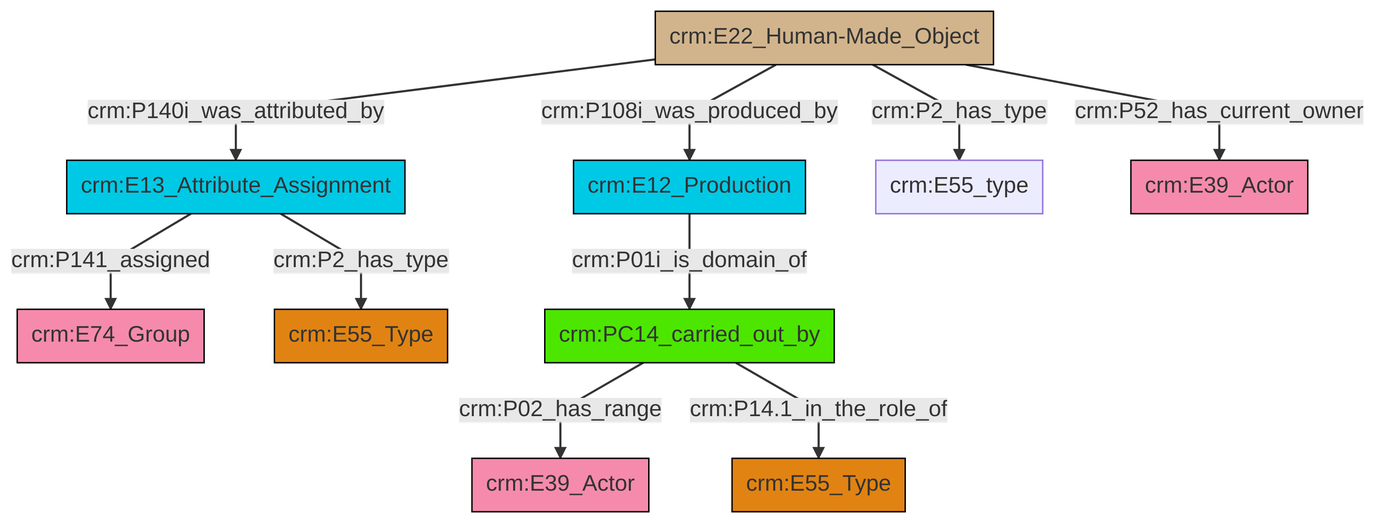
Earlier version of the Mermaid export et/builtWorkCSV/ttl/mmd/png/Built_Work_actor_relations.png (swiss-art-research-net/reference-data-models). Its source is kept beside it as et/builtWorkCSV/ttl/mmd/Built_Work_actor_relations.ttl.mmd.
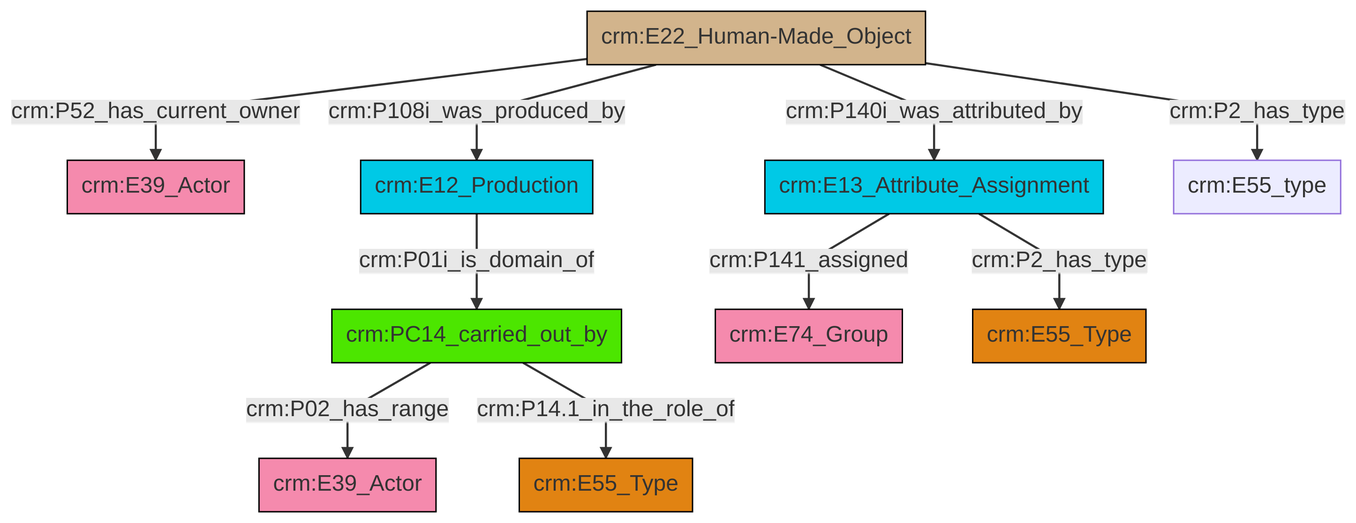
After the commit.

The edit, as a diff of the source:
```diff
@@ -13,12 +13,12 @@
 classDef PC_Classes fill:#4ce600, stroke:#000000;
 classDef Multi fill:#cccccc,stroke:#000000;
 
-4["crm:E13_Attribute_Assignment"]:::Temporal_Entity -->|crm:P141_assigned| 5["crm:E74_Group"]:::Actor
-6["crm:E22_Human-Made_Object"]:::Physical_Thing -->|crm:P140i_was_attributed_by| 4["crm:E13_Attribute_Assignment"]:::Temporal_Entity
-6["crm:E22_Human-Made_Object"]:::Physical_Thing -->|crm:P108i_was_produced_by| 7["crm:E12_Production"]:::Temporal_Entity
-7["crm:E12_Production"]:::Temporal_Entity -->|crm:P01i_is_domain_of| 10["crm:PC14_carried_out_by"]:::PC_Classes
-10["crm:PC14_carried_out_by"]:::PC_Classes -->|crm:P02_has_range| 2["crm:E39_Actor"]:::Actor
-4["crm:E13_Attribute_Assignment"]:::Temporal_Entity -->|crm:P2_has_type| 15["crm:E55_Type"]:::Type
-6["crm:E22_Human-Made_Object"]:::Physical_Thing -->|crm:P2_has_type| 0["crm:E55_type"]:::Default
-6["crm:E22_Human-Made_Object"]:::Physical_Thing -->|crm:P52_has_current_owner| 17["crm:E39_Actor"]:::Actor
-10["crm:PC14_carried_out_by"]:::PC_Classes -->|crm:P14.1_in_the_role_of| 12["crm:E55_Type"]:::Type
+2["crm:E22_Human-Made_Object"]:::Physical_Thing -->|crm:P108i_was_produced_by| 3["crm:E12_Production"]:::Temporal_Entity
+2["crm:E22_Human-Made_Object"]:::Physical_Thing -->|crm:P140i_was_attributed_by| 4["crm:E13_Attribute_Assignment"]:::Temporal_Entity
+3["crm:E12_Production"]:::Temporal_Entity -->|crm:P01i_is_domain_of| 9["crm:PC14_carried_out_by"]:::PC_Classes
+9["crm:PC14_carried_out_by"]:::PC_Classes -->|crm:P02_has_range| 6["crm:E39_Actor"]:::Actor
+2["crm:E22_Human-Made_Object"]:::Physical_Thing -->|crm:P2_has_type| 10["crm:E55_type"]:::Default
+2["crm:E22_Human-Made_Object"]:::Physical_Thing -->|crm:P52_has_current_owner| 0["crm:E39_Actor"]:::Actor
+4["crm:E13_Attribute_Assignment"]:::Temporal_Entity -->|crm:P141_assigned| 11["crm:E74_Group"]:::Actor
+9["crm:PC14_carried_out_by"]:::PC_Classes -->|crm:P14.1_in_the_role_of| 14["crm:E55_Type"]:::Type
+4["crm:E13_Attribute_Assignment"]:::Temporal_Entity -->|crm:P2_has_type| 12["crm:E55_Type"]:::Type
```
